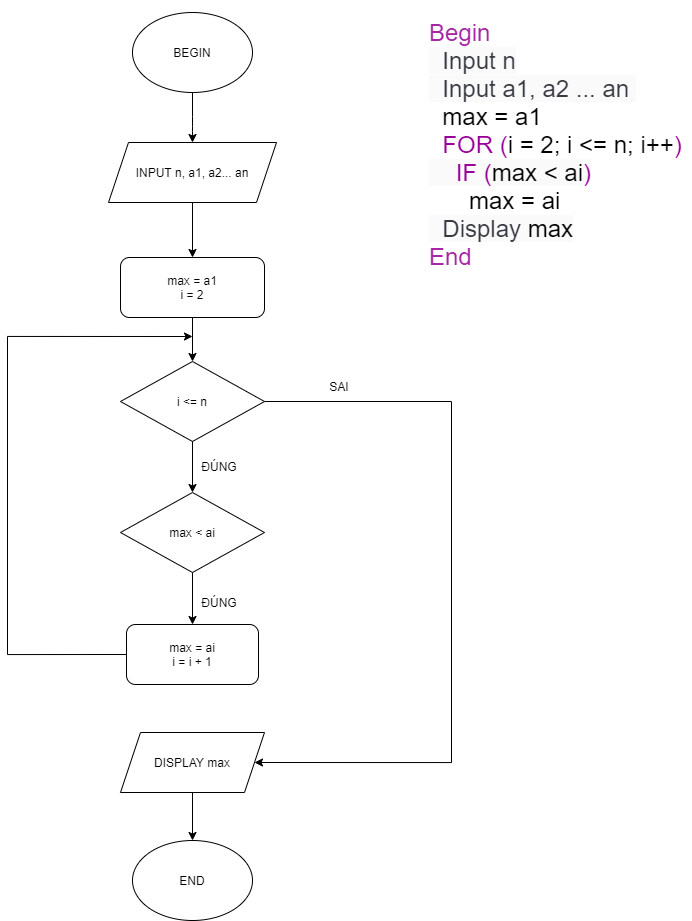
Above: Mo ta thuat toan bang Pseudo-code va Flowchart/Bai tap/Tìm gia trị lon nhat trong mot day so.png in nguyenthinga-0206/A0121I1-NguyenThiNga (draw.io), before the change. Source tidied: cells renumbered, new cells last; positions are measured from the earlier drawing's top-left corner, leaving out a move shared by most shapes.
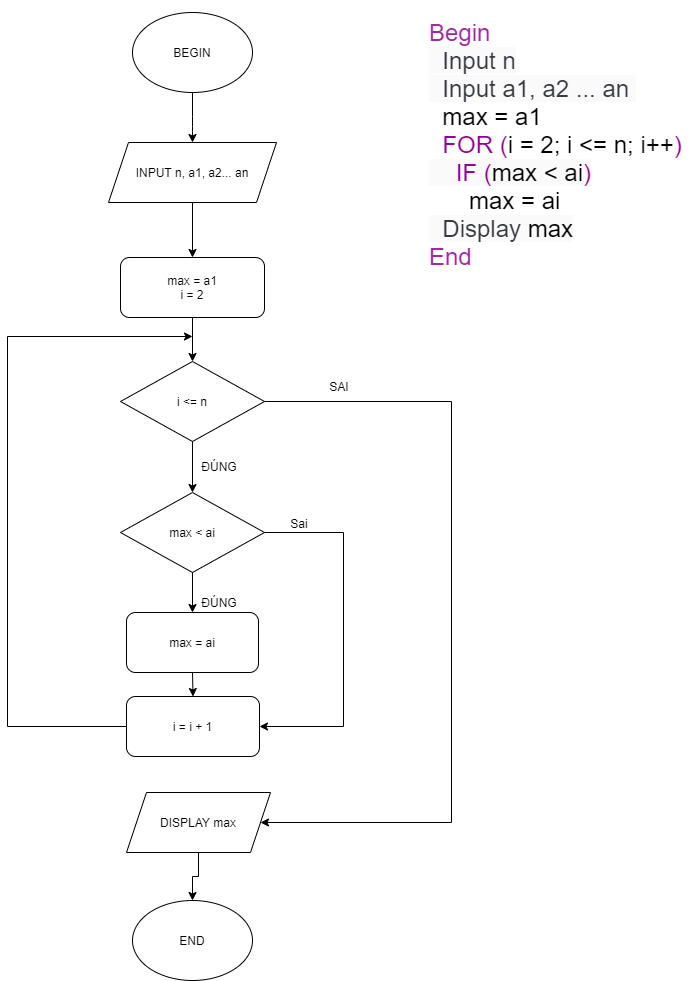
The same diagram one commit later.

What changed in the source:
```diff
@@ -33,10 +33,10 @@
       <mxGeometry relative="1" as="geometry" />
     </mxCell>
     <mxCell id="10" value="DISPLAY max" style="shape=parallelogram;perimeter=parallelogramPerimeter;whiteSpace=wrap;html=1;fixedSize=1;strokeColor=#000000;fillColor=none;fontSize=12;align=center;" parent="1" vertex="1">
-      <mxGeometry x="113" y="732" width="144" height="60" as="geometry" />
+      <mxGeometry x="119" y="792" width="144" height="60" as="geometry" />
     </mxCell>
     <mxCell id="11" value="END&lt;br&gt;" style="ellipse;whiteSpace=wrap;html=1;strokeColor=#000000;fillColor=none;fontSize=12;align=center;" parent="1" vertex="1">
-      <mxGeometry x="125" y="840" width="120" height="80" as="geometry" />
+      <mxGeometry x="125" y="900" width="120" height="80" as="geometry" />
     </mxCell>
     <mxCell id="12" style="edgeStyle=orthogonalEdgeStyle;rounded=0;jettySize=auto;html=1;exitX=0.5;exitY=1;exitDx=0;exitDy=0;entryX=0.5;entryY=0;entryDx=0;entryDy=0;fontSize=12;" parent="1" edge="1" source="14">
       <mxGeometry relative="1" as="geometry">
@@ -47,7 +47,7 @@
       <mxGeometry relative="1" as="geometry">
         <Array as="points">
           <mxPoint x="444" y="401" />
-          <mxPoint x="444" y="762" />
+          <mxPoint x="444" y="822" />
         </Array>
       </mxGeometry>
     </mxCell>
@@ -57,20 +57,31 @@
     <mxCell id="15" style="edgeStyle=orthogonalEdgeStyle;rounded=0;jettySize=auto;html=1;exitX=0.5;exitY=1;exitDx=0;exitDy=0;entryX=0.5;entryY=0;entryDx=0;entryDy=0;fontSize=12;" parent="1" edge="1" source="16" target="18">
       <mxGeometry relative="1" as="geometry" />
     </mxCell>
+    <mxCell id="22" style="edgeStyle=orthogonalEdgeStyle;rounded=0;jettySize=auto;html=1;exitX=1;exitY=0.5;exitDx=0;exitDy=0;entryX=1;entryY=0.5;entryDx=0;entryDy=0;" parent="1" edge="1" source="16" target="24">
+      <mxGeometry relative="1" as="geometry">
+        <Array as="points">
+          <mxPoint x="336" y="532" />
+          <mxPoint x="336" y="726" />
+        </Array>
+      </mxGeometry>
+    </mxCell>
     <mxCell id="16" value="max &amp;lt; ai" style="rhombus;whiteSpace=wrap;html=1;labelBackgroundColor=none;strokeColor=#000000;fillColor=none;fontSize=12;align=center;" parent="1" vertex="1">
       <mxGeometry x="113" y="492" width="144" height="80" as="geometry" />
     </mxCell>
-    <mxCell id="17" style="edgeStyle=orthogonalEdgeStyle;rounded=0;jettySize=auto;html=1;exitX=0;exitY=0.5;exitDx=0;exitDy=0;fontSize=12;" parent="1" edge="1" source="18">
+    <mxCell id="17" style="edgeStyle=orthogonalEdgeStyle;rounded=0;jettySize=auto;html=1;exitX=0;exitY=0.5;exitDx=0;exitDy=0;fontSize=12;" parent="1" edge="1" source="24">
       <mxGeometry relative="1" as="geometry">
         <mxPoint x="185" y="336" as="targetPoint" />
         <Array as="points">
-          <mxPoint y="654" />
+          <mxPoint y="726" />
           <mxPoint y="336" />
         </Array>
       </mxGeometry>
     </mxCell>
+    <mxCell id="23" style="edgeStyle=orthogonalEdgeStyle;rounded=0;jettySize=auto;html=1;exitX=0.5;exitY=1;exitDx=0;exitDy=0;entryX=0.5;entryY=0;entryDx=0;entryDy=0;" parent="1" edge="1" source="18" target="24">
+      <mxGeometry relative="1" as="geometry" />
+    </mxCell>
-    <mxCell id="18" value="max = ai&lt;br&gt;i = i + 1" style="rounded=1;whiteSpace=wrap;html=1;labelBackgroundColor=none;strokeColor=#000000;fillColor=none;fontSize=12;align=center;" parent="1" vertex="1">
-      <mxGeometry x="119" y="624" width="132" height="60" as="geometry" />
+    <mxCell id="18" value="max = ai" style="rounded=1;whiteSpace=wrap;html=1;labelBackgroundColor=none;strokeColor=#000000;fillColor=none;fontSize=12;align=center;" parent="1" vertex="1">
+      <mxGeometry x="119" y="612" width="132" height="60" as="geometry" />
     </mxCell>
     <mxCell id="19" value="ĐÚNG" style="text;html=1;strokeColor=none;fillColor=none;align=center;verticalAlign=middle;whiteSpace=wrap;rounded=0;labelBackgroundColor=none;fontSize=12;" parent="1" vertex="1">
       <mxGeometry x="192" y="456" width="40" height="20" as="geometry" />
@@ -81,5 +92,11 @@
     <mxCell id="21" value="SAI" style="text;html=1;strokeColor=none;fillColor=none;align=center;verticalAlign=middle;whiteSpace=wrap;rounded=0;labelBackgroundColor=none;fontSize=12;" parent="1" vertex="1">
       <mxGeometry x="312" y="376" width="40" height="20" as="geometry" />
     </mxCell>
+    <mxCell id="24" value="i = i + 1" style="rounded=1;whiteSpace=wrap;html=1;" parent="1" vertex="1">
+      <mxGeometry x="119" y="696" width="133" height="60" as="geometry" />
+    </mxCell>
+    <mxCell id="25" value="Sai" style="text;html=1;strokeColor=none;fillColor=none;align=center;verticalAlign=middle;whiteSpace=wrap;rounded=0;" parent="1" vertex="1">
+      <mxGeometry x="272" y="513" width="40" height="20" as="geometry" />
+    </mxCell>
   </root>
 </mxGraphModel>
```
